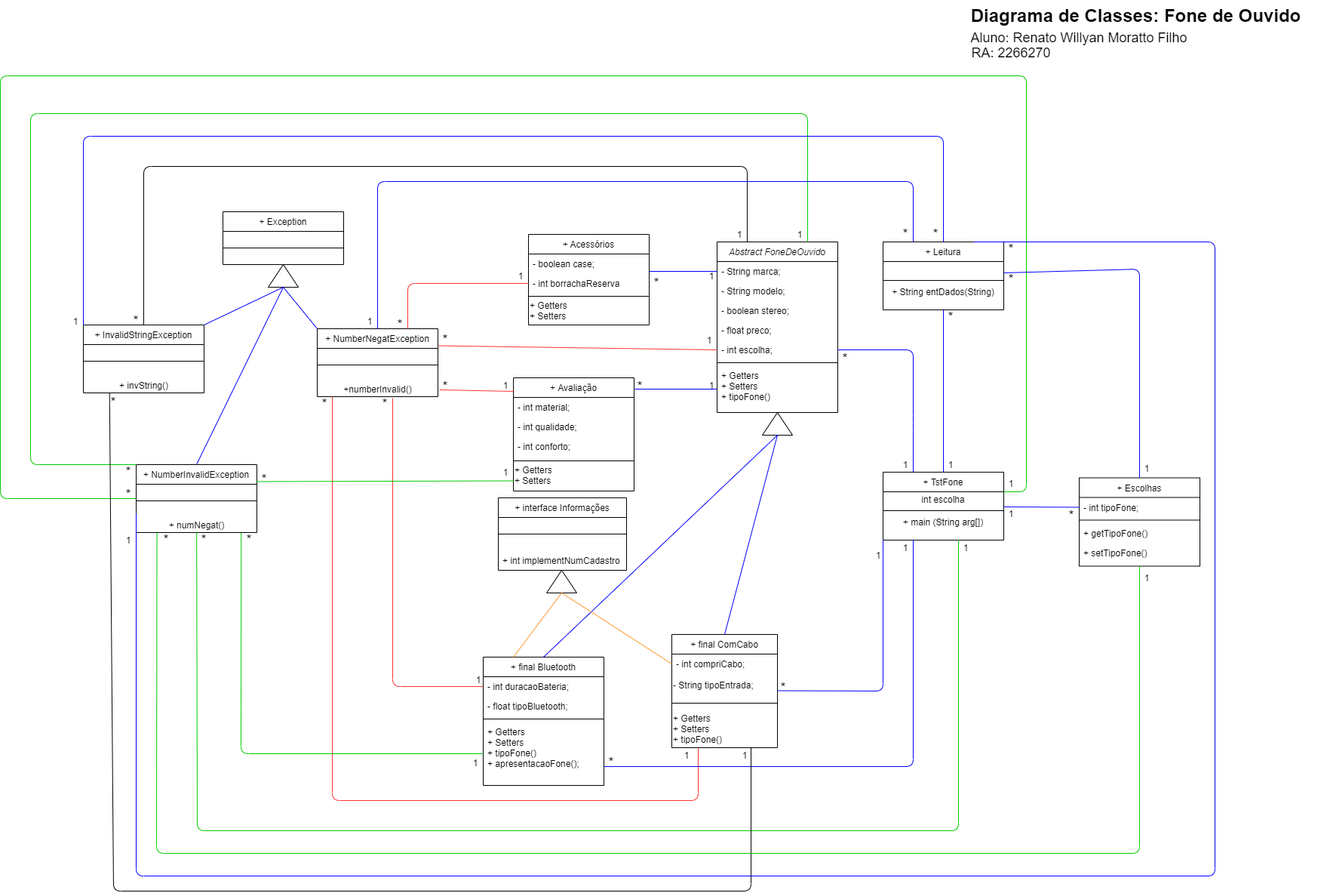
This is Diagrama de Classes - Fone de Ouvido.png from RenatoMoratto/fone-de-ouvido-java, a draw.io export, as it was before one commit. Source tidied: cells renumbered, new cells last; positions are measured from the earlier drawing's top-left corner, leaving out a move shared by most shapes.
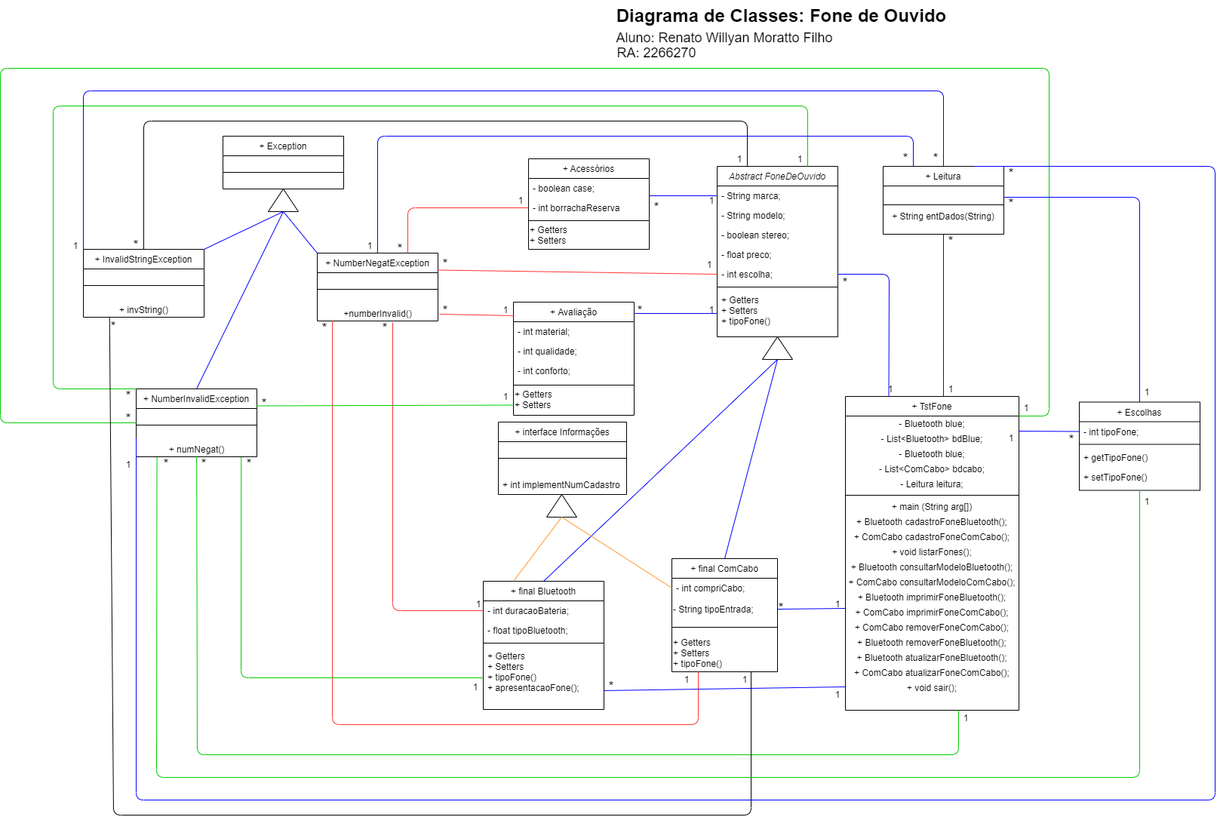
The same diagram one commit later.

Change to the diagram source:
```diff
@@ -84,25 +84,73 @@
       <mxGeometry y="56" width="160" height="20" as="geometry" />
     </mxCell>
     <mxCell id="29" value="+ TstFone" style="swimlane;fontStyle=0;align=center;verticalAlign=top;horizontal=1;startSize=26;shadow=0;strokeWidth=1;" parent="1" vertex="1">
-      <mxGeometry x="1170" y="625" width="160" height="90" as="geometry" />
+      <mxGeometry x="1120" y="625" width="230" height="416" as="geometry" />
     </mxCell>
-    <mxCell id="30" value="int escolha" style="text;html=1;strokeColor=none;fillColor=none;align=center;verticalAlign=middle;whiteSpace=wrap;" parent="29" vertex="1">
-      <mxGeometry y="26" width="160" height="20" as="geometry" />
+    <mxCell id="30" value="- Bluetooth blue;" style="text;html=1;strokeColor=none;fillColor=none;align=center;verticalAlign=middle;whiteSpace=wrap;" parent="29" vertex="1">
+      <mxGeometry y="26" width="230" height="20" as="geometry" />
     </mxCell>
+    <mxCell id="143" value="- List&amp;lt;Bluetooth&amp;gt; bdBlue;" style="text;html=1;strokeColor=none;fillColor=none;align=center;verticalAlign=middle;whiteSpace=wrap;" parent="29" vertex="1">
+      <mxGeometry y="46" width="230" height="20" as="geometry" />
+    </mxCell>
+    <mxCell id="144" value="- Bluetooth blue;" style="text;html=1;strokeColor=none;fillColor=none;align=center;verticalAlign=middle;whiteSpace=wrap;" parent="29" vertex="1">
+      <mxGeometry y="66" width="230" height="20" as="geometry" />
+    </mxCell>
+    <mxCell id="145" value="- List&amp;lt;ComCabo&amp;gt; bdcabo;" style="text;html=1;strokeColor=none;fillColor=none;align=center;verticalAlign=middle;whiteSpace=wrap;" parent="29" vertex="1">
+      <mxGeometry y="86" width="230" height="20" as="geometry" />
+    </mxCell>
+    <mxCell id="146" value="- Leitura leitura;&lt;span style=&quot;color: rgba(0 , 0 , 0 , 0) ; font-family: monospace ; font-size: 0px&quot;&gt;%3CmxGraphModel%3E%3Croot%3E%3CmxCell%20id%3D%220%22%2F%3E%3CmxCell%20id%3D%221%22%20parent%3D%220%22%2F%3E%3CmxCell%20id%3D%222%22%20value%3D%22-%20Bluetooth%20blue%3B%22%20style%3D%22text%3Bhtml%3D1%3BstrokeColor%3Dnone%3BfillColor%3Dnone%3Balign%3Dcenter%3BverticalAlign%3Dmiddle%3BwhiteSpace%3Dwrap%3B%22%20vertex%3D%221%22%20parent%3D%221%22%3E%3CmxGeometry%20x%3D%22330%22%20y%3D%22351%22%20width%3D%22160%22%20height%3D%2220%22%20as%3D%22geometry%22%2F%3E%3C%2FmxCell%3E%3C%2Froot%3E%3C%2FmxGraphModel%3E&lt;/span&gt;" style="text;html=1;strokeColor=none;fillColor=none;align=center;verticalAlign=middle;whiteSpace=wrap;" parent="29" vertex="1">
+      <mxGeometry y="106" width="230" height="20" as="geometry" />
+    </mxCell>
     <mxCell id="31" style="line;html=1;strokeWidth=1;align=left;verticalAlign=middle;spacingTop=-1;spacingLeft=3;spacingRight=3;labelPosition=right;" parent="29" vertex="1">
-      <mxGeometry y="46" width="160" height="10" as="geometry" />
+      <mxGeometry y="126" width="230" height="10" as="geometry" />
     </mxCell>
     <mxCell id="32" value="+ main (String arg[])" style="text;html=1;strokeColor=none;fillColor=none;align=center;verticalAlign=middle;whiteSpace=wrap;" parent="29" vertex="1">
-      <mxGeometry y="56" width="160" height="20" as="geometry" />
+      <mxGeometry y="136" width="230" height="20" as="geometry" />
     </mxCell>
+    <mxCell id="147" value="+ Bluetooth cadastroFoneBluetooth();" style="text;html=1;strokeColor=none;fillColor=none;align=center;verticalAlign=middle;whiteSpace=wrap;" parent="29" vertex="1">
+      <mxGeometry y="156" width="230" height="20" as="geometry" />
+    </mxCell>
+    <mxCell id="148" value="+ ComCabo cadastroFoneComCabo();" style="text;html=1;strokeColor=none;fillColor=none;align=center;verticalAlign=middle;whiteSpace=wrap;" parent="29" vertex="1">
+      <mxGeometry y="176" width="230" height="20" as="geometry" />
+    </mxCell>
+    <mxCell id="149" value="+ void listarFones();" style="text;html=1;strokeColor=none;fillColor=none;align=center;verticalAlign=middle;whiteSpace=wrap;" parent="29" vertex="1">
+      <mxGeometry y="196" width="230" height="20" as="geometry" />
+    </mxCell>
+    <mxCell id="150" value="+ Bluetooth consultarModeloBluetooth();" style="text;html=1;strokeColor=none;fillColor=none;align=center;verticalAlign=middle;whiteSpace=wrap;" parent="29" vertex="1">
+      <mxGeometry y="216" width="230" height="20" as="geometry" />
+    </mxCell>
+    <mxCell id="151" value="+ ComCabo consultarModeloComCabo();" style="text;html=1;strokeColor=none;fillColor=none;align=center;verticalAlign=middle;whiteSpace=wrap;" parent="29" vertex="1">
+      <mxGeometry y="236" width="230" height="20" as="geometry" />
+    </mxCell>
+    <mxCell id="152" value="+ Bluetooth imprimirFoneBluetooth();" style="text;html=1;strokeColor=none;fillColor=none;align=center;verticalAlign=middle;whiteSpace=wrap;" parent="29" vertex="1">
+      <mxGeometry y="256" width="230" height="20" as="geometry" />
+    </mxCell>
+    <mxCell id="153" value="+ ComCabo imprimirFoneComCabo();" style="text;html=1;strokeColor=none;fillColor=none;align=center;verticalAlign=middle;whiteSpace=wrap;" parent="29" vertex="1">
+      <mxGeometry y="276" width="230" height="20" as="geometry" />
+    </mxCell>
+    <mxCell id="154" value="+ ComCabo removerFoneComCabo();" style="text;html=1;strokeColor=none;fillColor=none;align=center;verticalAlign=middle;whiteSpace=wrap;" parent="29" vertex="1">
+      <mxGeometry y="296" width="230" height="20" as="geometry" />
+    </mxCell>
+    <mxCell id="155" value="+ Bluetooth removerFoneBluetooth();" style="text;html=1;strokeColor=none;fillColor=none;align=center;verticalAlign=middle;whiteSpace=wrap;" parent="29" vertex="1">
+      <mxGeometry y="316" width="230" height="20" as="geometry" />
+    </mxCell>
+    <mxCell id="156" value="+ Bluetooth atualizarFoneBluetooth();" style="text;html=1;strokeColor=none;fillColor=none;align=center;verticalAlign=middle;whiteSpace=wrap;" parent="29" vertex="1">
+      <mxGeometry y="336" width="230" height="20" as="geometry" />
+    </mxCell>
+    <mxCell id="157" value="+ ComCabo atualizarFoneComCabo();" style="text;html=1;strokeColor=none;fillColor=none;align=center;verticalAlign=middle;whiteSpace=wrap;" parent="29" vertex="1">
+      <mxGeometry y="356" width="230" height="20" as="geometry" />
+    </mxCell>
+    <mxCell id="158" value="+ void sair();" style="text;html=1;strokeColor=none;fillColor=none;align=center;verticalAlign=middle;whiteSpace=wrap;" parent="29" vertex="1">
+      <mxGeometry y="376" width="230" height="20" as="geometry" />
+    </mxCell>
     <mxCell id="33" value="1" style="text;html=1;strokeColor=none;fillColor=none;align=center;verticalAlign=middle;whiteSpace=wrap;" parent="1" vertex="1">
-      <mxGeometry x="1154" y="725" width="20" height="20" as="geometry" />
+      <mxGeometry x="1100" y="890" width="20" height="20" as="geometry" />
     </mxCell>
     <mxCell id="34" value="*" style="text;html=1;strokeColor=none;fillColor=none;align=center;verticalAlign=middle;whiteSpace=wrap;fontSize=18;" parent="1" vertex="1">
-      <mxGeometry x="1028" y="906" width="20" height="9" as="geometry" />
+      <mxGeometry x="1025" y="901" width="20" height="9" as="geometry" />
     </mxCell>
     <mxCell id="35" value="1" style="text;html=1;strokeColor=none;fillColor=none;align=center;verticalAlign=middle;whiteSpace=wrap;" parent="1" vertex="1">
-      <mxGeometry x="1190" y="605" width="20" height="20" as="geometry" />
+      <mxGeometry x="1170" y="605" width="20" height="20" as="geometry" />
     </mxCell>
     <mxCell id="36" value="*" style="text;html=1;strokeColor=none;fillColor=none;align=center;verticalAlign=middle;whiteSpace=wrap;fontSize=18;" parent="1" vertex="1">
       <mxGeometry x="1110" y="465" width="20" height="20" as="geometry" />
@@ -117,7 +165,7 @@
       <mxGeometry x="800" y="1000" width="20" height="20" as="geometry" />
     </mxCell>
     <mxCell id="40" value="1" style="text;html=1;strokeColor=none;fillColor=none;align=center;verticalAlign=middle;whiteSpace=wrap;" parent="1" vertex="1">
-      <mxGeometry x="1190" y="714.5" width="20" height="20" as="geometry" />
+      <mxGeometry x="1100" y="1010" width="20" height="20" as="geometry" />
     </mxCell>
     <mxCell id="41" style="triangle;whiteSpace=wrap;html=1;fontSize=18;rotation=-90;" parent="1" vertex="1">
       <mxGeometry x="1015" y="541" width="30" height="40" as="geometry" />
@@ -129,13 +177,13 @@
       <mxGeometry relative="1" as="geometry" />
     </mxCell>
     <mxCell id="44" value="Diagrama de Classes: Fone de Ouvido" style="text;strokeColor=none;fillColor=none;html=1;fontSize=24;fontStyle=1;verticalAlign=middle;align=center;" parent="1" vertex="1">
-      <mxGeometry x="1260" width="490" height="40" as="geometry" />
+      <mxGeometry x="790" y="100" width="490" height="40" as="geometry" />
     </mxCell>
     <mxCell id="45" value="Aluno: Renato Willyan Moratto Filho" style="text;html=1;strokeColor=none;fillColor=none;align=center;verticalAlign=middle;whiteSpace=wrap;rounded=0;fontSize=18;" parent="1" vertex="1">
-      <mxGeometry x="1280" y="40" width="300" height="20" as="geometry" />
+      <mxGeometry x="810" y="140" width="300" height="20" as="geometry" />
     </mxCell>
     <mxCell id="46" value="RA: 2266270" style="text;html=1;strokeColor=none;fillColor=none;align=center;verticalAlign=middle;whiteSpace=wrap;rounded=0;fontSize=18;" parent="1" vertex="1">
-      <mxGeometry x="1280" y="60" width="120" height="20" as="geometry" />
+      <mxGeometry x="810" y="160" width="120" height="20" as="geometry" />
     </mxCell>
     <mxCell id="47" value="+ Avaliação" style="swimlane;fontStyle=0;align=center;verticalAlign=top;horizontal=1;startSize=26;shadow=0;strokeWidth=1;" parent="1" vertex="1">
       <mxGeometry x="680" y="500" width="160" height="150" as="geometry" />
@@ -280,9 +328,9 @@
     <mxCell id="87" style="endArrow=none;html=1;fontSize=18;exitX=0;exitY=0;exitDx=0;exitDy=0;strokeColor=#00CC00;entryX=0.75;entryY=0;entryDx=0;entryDy=0;" parent="1" edge="1" source="59" target="2">
       <mxGeometry relative="1" as="geometry">
         <Array as="points">
-          <mxPoint x="40" y="615" />
-          <mxPoint x="40" y="150" />
-          <mxPoint x="1070" y="150" />
+          <mxPoint x="70" y="615" />
+          <mxPoint x="70" y="240" />
+          <mxPoint x="1070" y="240" />
         </Array>
       </mxGeometry>
     </mxCell>
@@ -313,15 +361,15 @@
       <mxGeometry x="260" y="705" width="20" height="20" as="geometry" />
     </mxCell>
     <mxCell id="95" value="1" style="text;html=1;strokeColor=none;fillColor=none;align=center;verticalAlign=middle;whiteSpace=wrap;" parent="1" vertex="1">
-      <mxGeometry x="1270" y="714.5" width="20" height="20" as="geometry" />
+      <mxGeometry x="1270" y="1041" width="20" height="20" as="geometry" />
     </mxCell>
     <mxCell id="96" style="endArrow=none;html=1;fontSize=18;exitX=0;exitY=0.5;exitDx=0;exitDy=0;strokeColor=#00CC00;entryX=1;entryY=0;entryDx=0;entryDy=0;" parent="1" edge="1" source="59" target="30">
       <mxGeometry relative="1" as="geometry">
         <Array as="points">
           <mxPoint y="660" />
-          <mxPoint y="100" />
-          <mxPoint x="1360" y="100" />
-          <mxPoint x="1360" y="651" />
+          <mxPoint y="190" />
+          <mxPoint x="1390" y="190" />
+          <mxPoint x="1390" y="651" />
         </Array>
       </mxGeometry>
     </mxCell>
@@ -329,36 +377,29 @@
       <mxGeometry x="160" y="645" width="20" height="20" as="geometry" />
     </mxCell>
     <mxCell id="98" value="1" style="text;html=1;strokeColor=none;fillColor=none;align=center;verticalAlign=middle;whiteSpace=wrap;" parent="1" vertex="1">
-      <mxGeometry x="1330" y="630" width="20" height="20" as="geometry" />
+      <mxGeometry x="1350" y="630" width="20" height="20" as="geometry" />
     </mxCell>
     <mxCell id="99" style="endArrow=none;html=1;fontSize=18;entryX=0;entryY=0.5;entryDx=0;entryDy=0;strokeColor=#0000FF;" parent="1" edge="1" target="9">
       <mxGeometry relative="1" as="geometry">
         <mxPoint x="841" y="515" as="sourcePoint" />
       </mxGeometry>
     </mxCell>
-    <mxCell id="100" style="endArrow=none;html=1;fontSize=18;exitX=1;exitY=0.75;exitDx=0;exitDy=0;entryX=0;entryY=1;entryDx=0;entryDy=0;strokeColor=#0000FF;" parent="1" edge="1" source="17" target="29">
-      <mxGeometry relative="1" as="geometry">
-        <Array as="points">
-          <mxPoint x="1170" y="915" />
-        </Array>
-      </mxGeometry>
+    <mxCell id="100" style="endArrow=none;html=1;fontSize=18;exitX=1;exitY=0.5;exitDx=0;exitDy=0;entryX=0;entryY=0.25;entryDx=0;entryDy=0;strokeColor=#0000FF;" parent="1" edge="1" source="17" target="153">
+      <mxGeometry relative="1" as="geometry" />
     </mxCell>
-    <mxCell id="101" style="endArrow=none;html=1;fontSize=18;strokeColor=#0000FF;exitX=0;exitY=0.75;exitDx=0;exitDy=0;entryX=1;entryY=0;entryDx=0;entryDy=0;" parent="1" edge="1" source="39" target="40">
+    <mxCell id="101" style="endArrow=none;html=1;fontSize=18;strokeColor=#0000FF;exitX=0;exitY=0.75;exitDx=0;exitDy=0;" parent="1" edge="1" source="39">
       <mxGeometry relative="1" as="geometry">
-        <Array as="points">
-          <mxPoint x="1210" y="1015" />
-        </Array>
+        <mxPoint x="1120" y="1010" as="targetPoint" />
       </mxGeometry>
     </mxCell>
     <mxCell id="102" style="endArrow=none;html=1;fontSize=18;entryX=1;entryY=0.5;entryDx=0;entryDy=0;strokeColor=#0000FF;exitX=0.25;exitY=0;exitDx=0;exitDy=0;" parent="1" edge="1" source="29" target="7">
       <mxGeometry relative="1" as="geometry">
         <Array as="points">
-          <mxPoint x="1210" y="560" />
-          <mxPoint x="1210" y="463" />
+          <mxPoint x="1178" y="463" />
         </Array>
       </mxGeometry>
     </mxCell>
-    <mxCell id="103" style="endArrow=none;html=1;fontSize=18;exitX=0.5;exitY=0;exitDx=0;exitDy=0;entryX=0.5;entryY=1;entryDx=0;entryDy=0;strokeColor=#0000FF;" parent="1" edge="1" source="29" target="25">
+    <mxCell id="103" style="endArrow=none;html=1;fontSize=18;exitX=0.565;exitY=0;exitDx=0;exitDy=0;entryX=0.5;entryY=1;entryDx=0;entryDy=0;strokeColor=#0000FF;exitPerimeter=0;" parent="1" edge="1" source="29" target="25">
       <mxGeometry relative="1" as="geometry" />
     </mxCell>
     <mxCell id="104" value="+ InvalidStringException" style="swimlane;fontStyle=0;align=center;verticalAlign=top;horizontal=1;startSize=26;shadow=0;strokeWidth=1;" parent="1" vertex="1">
@@ -376,8 +417,8 @@
     <mxCell id="108" style="endArrow=none;html=1;entryX=0.25;entryY=0;entryDx=0;entryDy=0;exitX=0.5;exitY=0;exitDx=0;exitDy=0;" parent="1" edge="1" source="104" target="2">
       <mxGeometry relative="1" as="geometry">
         <Array as="points">
-          <mxPoint x="190" y="220" />
-          <mxPoint x="990" y="220" />
+          <mxPoint x="190" y="260" />
+          <mxPoint x="990" y="260" />
         </Array>
       </mxGeometry>
     </mxCell>
@@ -446,7 +487,7 @@
     <mxCell id="128" style="endArrow=none;html=1;fontSize=18;exitX=0.5;exitY=0;exitDx=0;exitDy=0;strokeColor=#0000FF;entryX=1;entryY=0.75;entryDx=0;entryDy=0;" parent="1" edge="1" source="110" target="26">
       <mxGeometry relative="1" as="geometry">
         <Array as="points">
-          <mxPoint x="1510" y="356" />
+          <mxPoint x="1510" y="361" />
         </Array>
       </mxGeometry>
     </mxCell>
@@ -473,16 +514,16 @@
     <mxCell id="134" style="endArrow=none;html=1;fontSize=18;exitX=0.25;exitY=0;exitDx=0;exitDy=0;strokeColor=#0000FF;entryX=0.5;entryY=0;entryDx=0;entryDy=0;" parent="1" edge="1" source="25" target="62">
       <mxGeometry relative="1" as="geometry">
         <Array as="points">
-          <mxPoint x="1210" y="240" />
-          <mxPoint x="500" y="240" />
+          <mxPoint x="1210" y="280" />
+          <mxPoint x="500" y="280" />
         </Array>
       </mxGeometry>
     </mxCell>
     <mxCell id="135" style="endArrow=none;html=1;fontSize=18;exitX=0.5;exitY=0;exitDx=0;exitDy=0;entryX=0;entryY=0;entryDx=0;entryDy=0;strokeColor=#0000FF;" parent="1" edge="1" source="25" target="104">
       <mxGeometry relative="1" as="geometry">
         <Array as="points">
-          <mxPoint x="1250" y="180" />
-          <mxPoint x="110" y="180" />
+          <mxPoint x="1250" y="220" />
+          <mxPoint x="110" y="220" />
         </Array>
       </mxGeometry>
     </mxCell>
```
